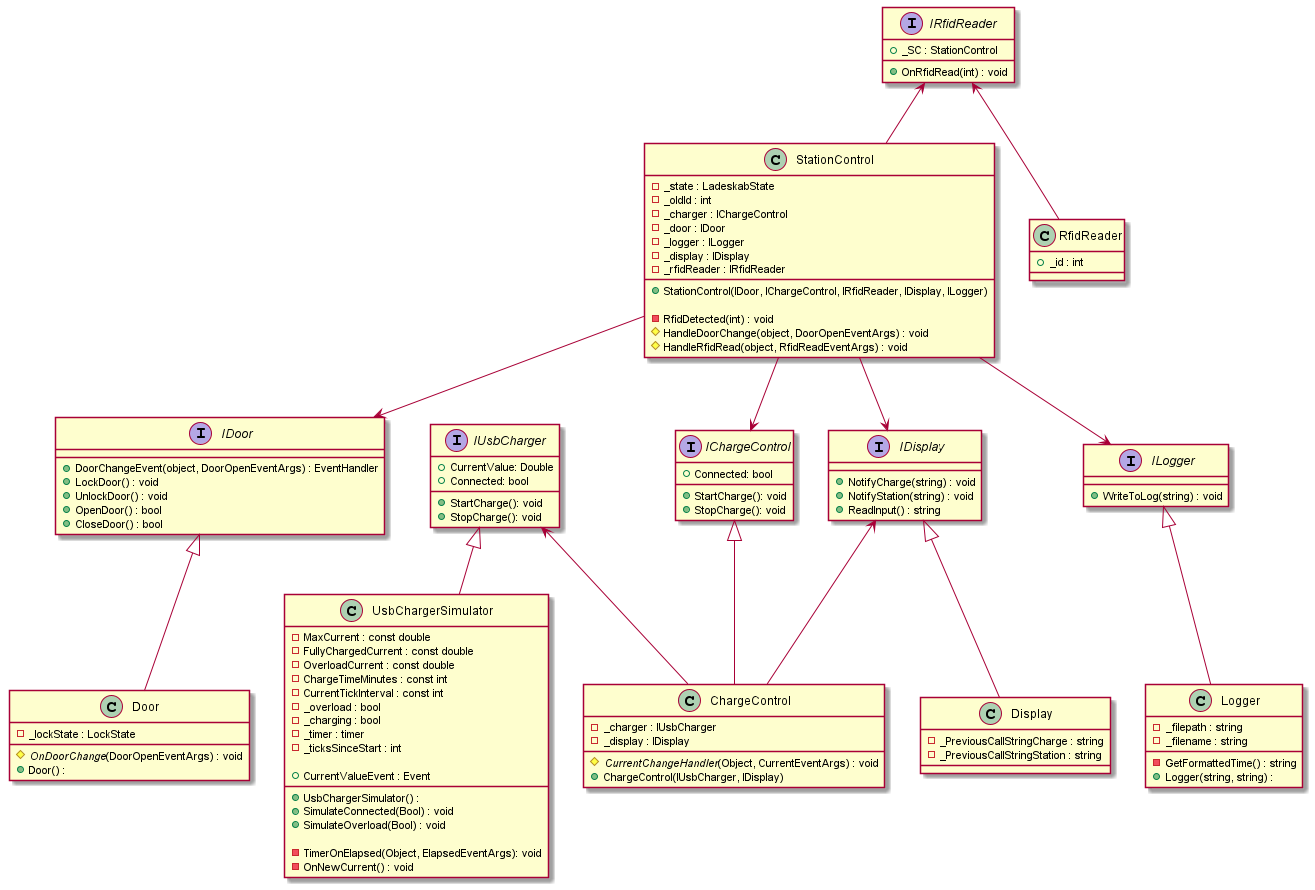
Above: Diagrams/ClassDiagram/ClassDiagram.png in KunJakob/SWT-PhoneCharger (PlantUML), before the change.
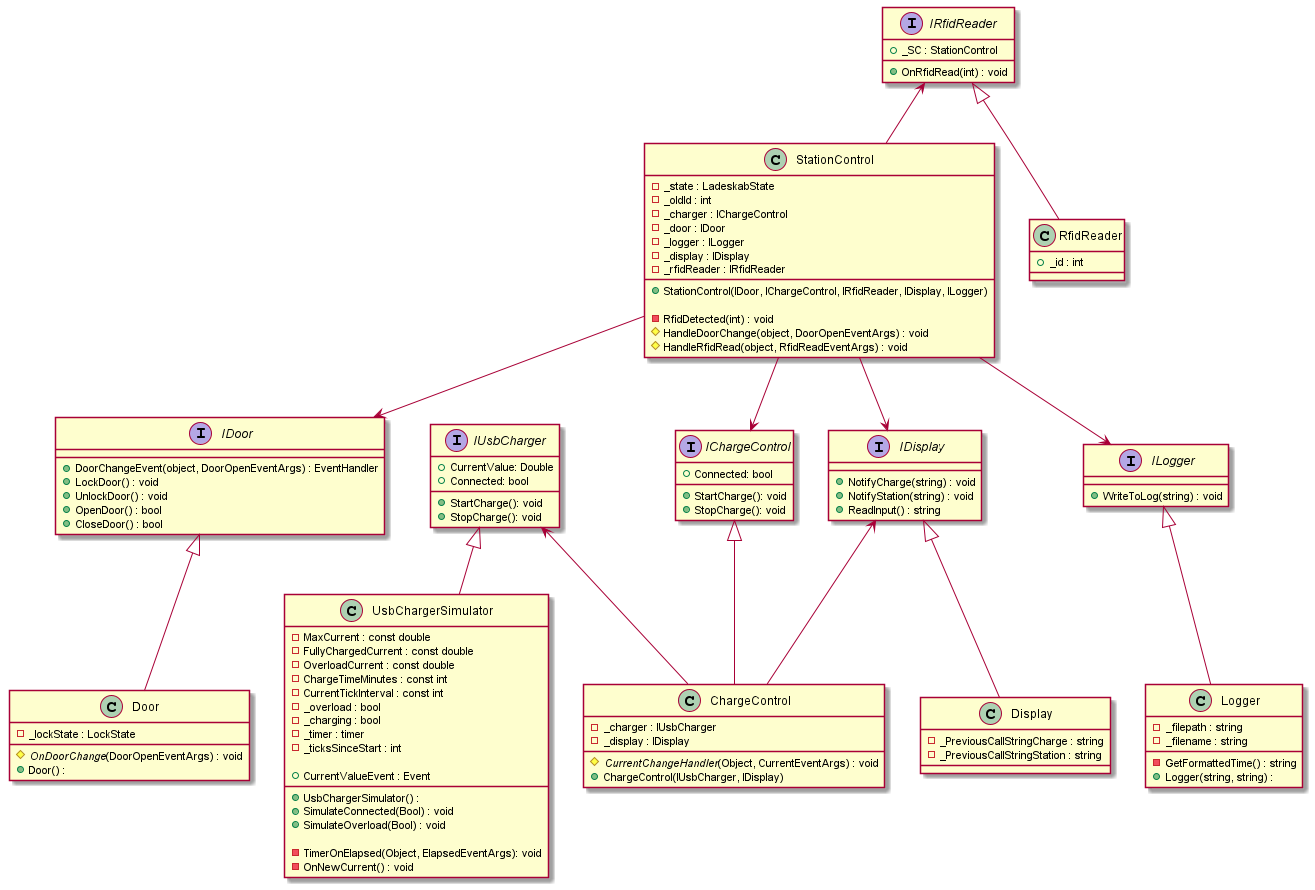
Above is the later version.

Commit message:
Fixed inheritance on class diagram

Change to the diagram source:
```diff
@@ -52,7 +52,7 @@
 }
 
 IRfidReader <-- StationControl
-IRfidReader <-- RfidReader
+IRfidReader <|-- RfidReader
 
 class UsbChargerSimulator
 {
```
